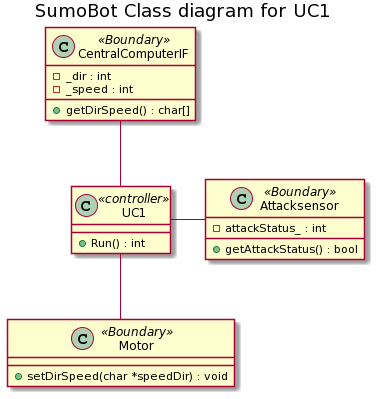
Before: Diagrammer/SumoBot/Classdiagram/SumoBot_ClassDiagram/SumoBot Class diagram for UC1.png, a diagram exported from PlantUML (Solvgraa-mager/E3PRJ3).
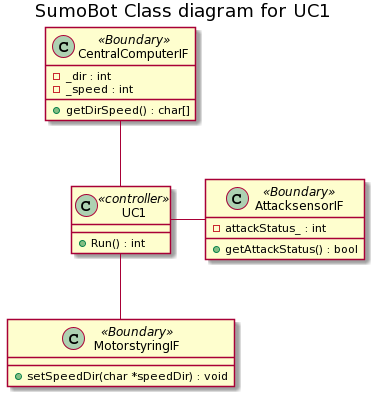
The same diagram one commit later.

Commit message:
update klassedia SumoBot

What changed in the source:
```diff
@@ -6,13 +6,13 @@
     +Run() : int
 }
 
-class Attacksensor<<Boundary>>{
+class AttacksensorIF<<Boundary>>{
     -attackStatus_ : int
     +getAttackStatus() : bool
 }
 
-class Motor <<Boundary>>{
-    +setDirSpeed(char *speedDir) : void
+class MotorstyringIF <<Boundary>>{
+    +setSpeedDir(char *speedDir) : void
 }
 class CentralComputerIF <<Boundary>>{
     -_dir : int
@@ -21,6 +21,6 @@
 }
 
 CentralComputerIF -- UC1
-UC1 -- Motor
-UC1 - Attacksensor
+UC1 -- MotorstyringIF
+UC1 - AttacksensorIF
 @enduml
```
